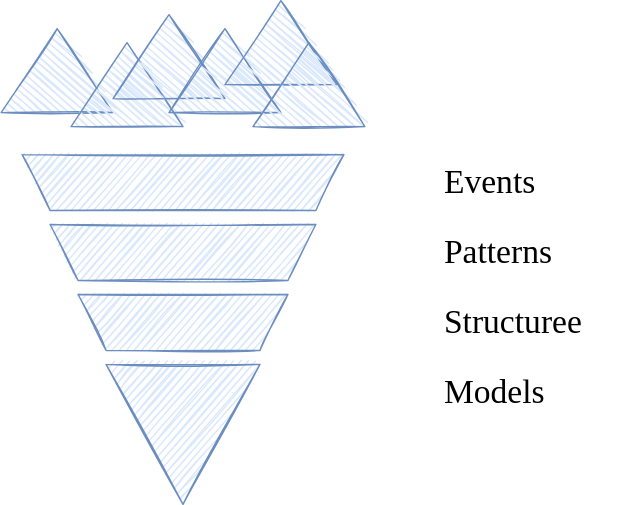
Before: lesson-09 - planning/graphics/mentalmodels.iceberg.drawio.svg, a diagram exported from draw.io (thomykay/dhbw-projectmanagement1). Source tidied: cells renumbered, new cells last; positions are measured from the earlier drawing's top-left corner, leaving out a move shared by most shapes.
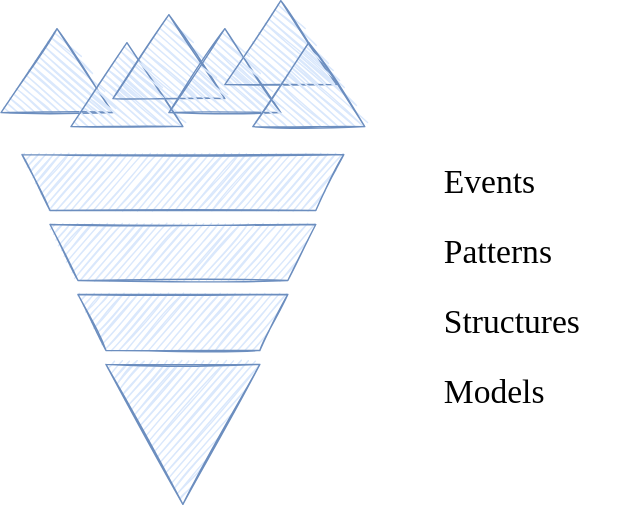
After the commit.

What changed in the source:
```diff
@@ -38,7 +38,7 @@
     <mxCell id="13" value="Patterns" style="text;html=1;strokeColor=none;fillColor=none;align=left;verticalAlign=middle;whiteSpace=wrap;rounded=0;sketch=1;fontFamily=Comic Sans MS;fontSize=24;" parent="1" vertex="1">
       <mxGeometry x="305" y="180" width="110" height="20" as="geometry" />
     </mxCell>
-    <mxCell id="14" value="Structuree" style="text;html=1;strokeColor=none;fillColor=none;align=left;verticalAlign=middle;whiteSpace=wrap;rounded=0;sketch=1;fontFamily=Comic Sans MS;fontSize=24;" parent="1" vertex="1">
+    <mxCell id="14" value="Structures" style="text;html=1;strokeColor=none;fillColor=none;align=left;verticalAlign=middle;whiteSpace=wrap;rounded=0;sketch=1;fontFamily=Comic Sans MS;fontSize=24;" parent="1" vertex="1">
       <mxGeometry x="305" y="230" width="110" height="20" as="geometry" />
     </mxCell>
     <mxCell id="15" value="Models" style="text;html=1;strokeColor=none;fillColor=none;align=left;verticalAlign=middle;whiteSpace=wrap;rounded=0;sketch=1;fontFamily=Comic Sans MS;fontSize=24;" parent="1" vertex="1">
```
